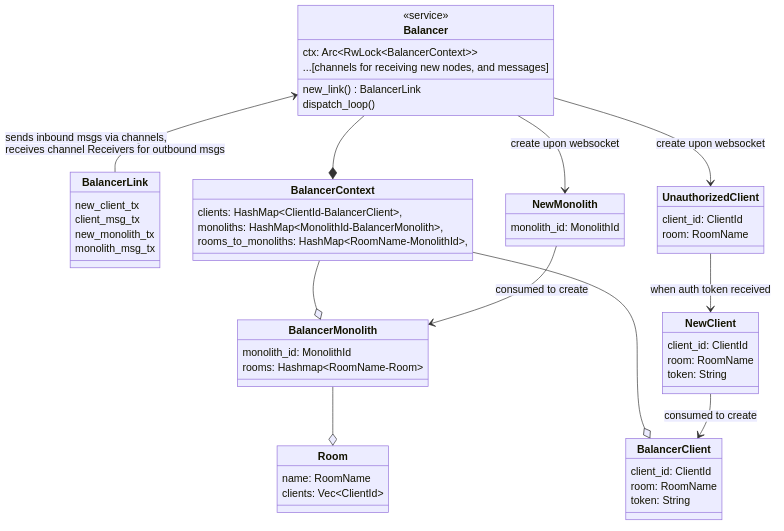
The Mermaid diagram final-project/Figures/balancer-internals-class.png in dyc3/ssw345-group-assignments, before a commit. Its source is kept beside it as final-project/Figures/balancer-internals-class.mmd.
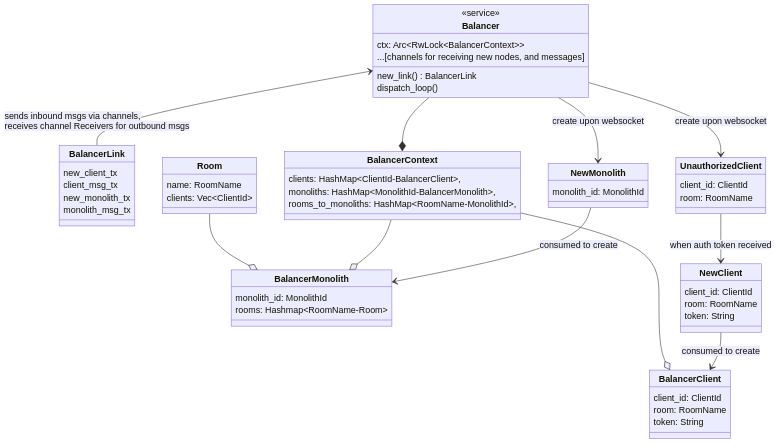
The same file after the commit.

The edit, as a diff of the source:
```diff
@@ -41,7 +41,7 @@
         clients: Vec~ClientId~
     }
 
-    BalancerMonolith --o Room
+    Room --o BalancerMonolith
 
     class BalancerClient {
         client_id: ClientId
```
